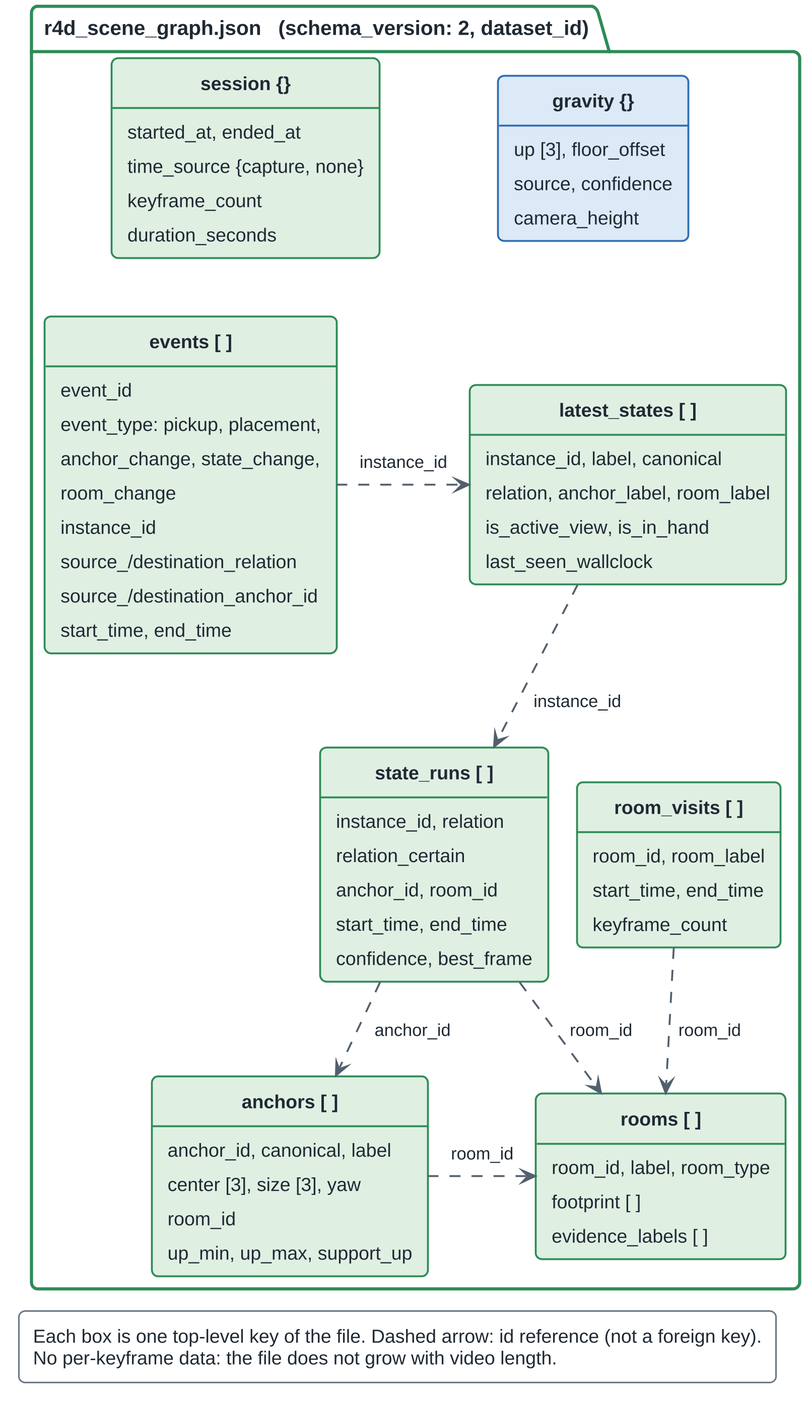
fez-Ox/aegis keeps this PlantUML diagram as fyp1FinalReport/ThesisFigs/ch5-scene-graph-v2.png. Above is the earlier version.
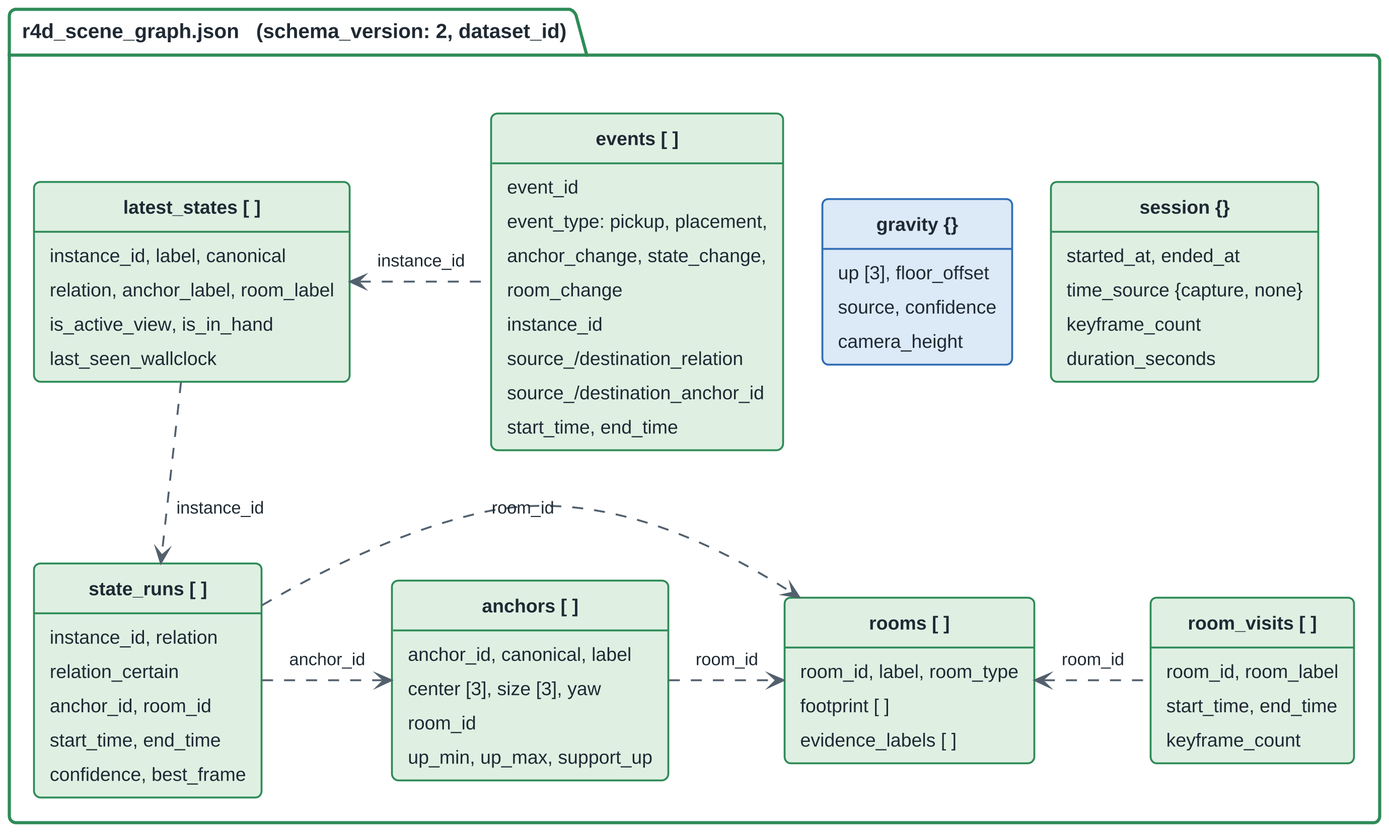
Later version of the same file.

Change to the diagram source:
```diff
@@ -58,19 +58,12 @@
 }
 }
 
-Events .right.> Latest : instance_id
-Latest ..> Runs : instance_id
-Runs ..> Anchors : anchor_id
-Runs ..> Rooms : room_id
+Latest <.right. Events : instance_id
+Events -[hidden]right- Gravity
+Gravity -[hidden]right- Session
+Latest .down.> Runs : instance_id
+Runs .right.> Anchors : anchor_id
 Anchors .right.> Rooms : room_id
-Visits ..> Rooms : room_id
-Session -[hidden]right- Gravity
-Session -[hidden]- Events
-Gravity -[hidden]- Latest
-
-
-legend bottom right
-  Each box is one top-level key of the file. Dashed arrow: id reference (not a foreign key).
-  No per-keyframe data: the file does not grow with video length.
-endlegend
+Rooms <.right. Visits : room_id
+Runs .right.> Rooms : room_id
 @enduml
```
